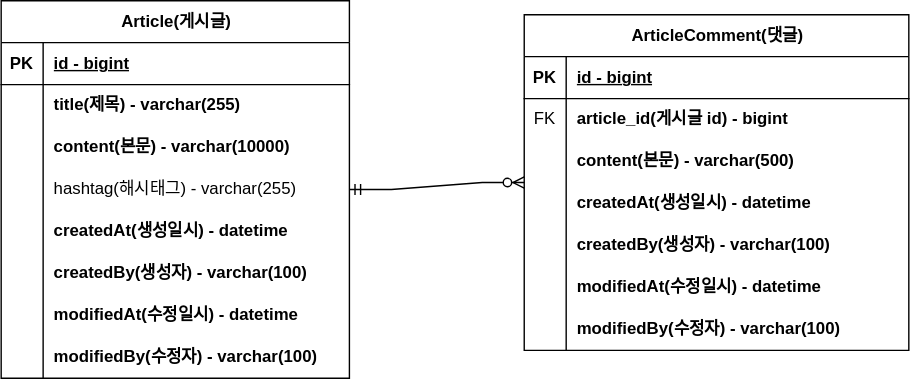
Inderby/board-service keeps this draw.io diagram as document/project-board-erd.svg. Above is the earlier version. Source tidied: cells renumbered, new cells last; positions are measured from the earlier drawing's top-left corner, leaving out a move shared by most shapes.
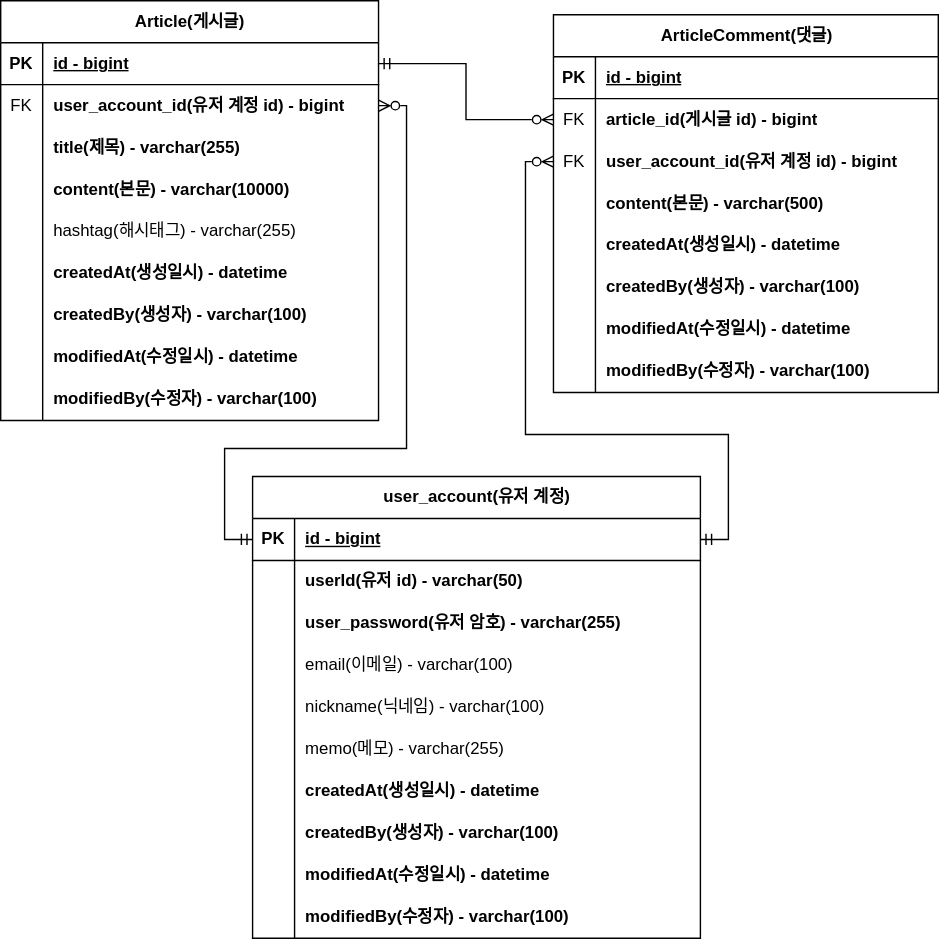
After the change.

Commit message:
#18 - ERD-diagram 업데이트

Diff of the diagram source:
```diff
@@ -5,6 +5,6 @@
     <mxCell id="2" value="Article(게시글)" style="shape=table;startSize=30;rowLines=0;fontStyle=1;align=center;html=1;" parent="1" vertex="1">
-      <mxGeometry width="249" height="270" as="geometry" />
+      <mxGeometry x="-21" width="270" height="300" as="geometry" />
     </mxCell>
     <mxCell id="3" style="shape=tableRow;horizontal=0;startSize=0;swimlaneHead=0;swimlaneBody=0;fillColor=none;points=[[0,0.5],[1,0.5]];portConstraint=eastwest;top=0;left=0;right=0;bottom=1;" parent="2" vertex="1">
-      <mxGeometry y="30" width="249" height="30" as="geometry" />
+      <mxGeometry y="30" width="270" height="30" as="geometry" />
     </mxCell>
@@ -14,6 +14,15 @@
     <mxCell id="5" value="id - bigint" style="shape=partialRectangle;fillColor=none;top=0;left=0;bottom=0;right=0;align=left;spacingLeft=6;fontStyle=5;overflow=hidden;whiteSpace=wrap;html=1;" parent="3" vertex="1">
-      <mxGeometry x="30" width="219" height="30" as="geometry" />
+      <mxGeometry x="30" width="240" height="30" as="geometry" />
     </mxCell>
+    <mxCell id="50" style="shape=tableRow;horizontal=0;startSize=0;swimlaneHead=0;swimlaneBody=0;fillColor=none;points=[[0,0.5],[1,0.5]];portConstraint=eastwest;top=0;left=0;right=0;bottom=0;" parent="2" vertex="1">
+      <mxGeometry y="60" width="270" height="30" as="geometry" />
+    </mxCell>
+    <mxCell id="51" value="FK" style="shape=partialRectangle;fillColor=none;top=0;left=0;bottom=0;right=0;overflow=hidden;whiteSpace=wrap;html=1;" parent="50" vertex="1">
+      <mxGeometry width="30" height="30" as="geometry" />
+    </mxCell>
+    <mxCell id="52" value="user_account_id(유저 계정 id) - bigint" style="shape=partialRectangle;fillColor=none;top=0;left=0;bottom=0;right=0;align=left;spacingLeft=6;overflow=hidden;whiteSpace=wrap;html=1;fontStyle=1;" parent="50" vertex="1">
+      <mxGeometry x="30" width="240" height="30" as="geometry" />
+    </mxCell>
     <mxCell id="6" style="shape=tableRow;horizontal=0;startSize=0;swimlaneHead=0;swimlaneBody=0;fillColor=none;top=0;left=0;right=0;bottom=0;" parent="2" vertex="1">
-      <mxGeometry y="60" width="249" height="30" as="geometry" />
+      <mxGeometry y="90" width="270" height="30" as="geometry" />
     </mxCell>
@@ -23,6 +32,6 @@
     <mxCell id="8" value="title(제목) - varchar(255)" style="shape=partialRectangle;fillColor=none;top=0;left=0;bottom=0;right=0;align=left;spacingLeft=6;overflow=hidden;whiteSpace=wrap;html=1;fontStyle=1;" parent="6" vertex="1">
-      <mxGeometry x="30" width="219" height="30" as="geometry" />
+      <mxGeometry x="30" width="240" height="30" as="geometry" />
     </mxCell>
     <mxCell id="9" style="shape=tableRow;horizontal=0;startSize=0;swimlaneHead=0;swimlaneBody=0;fillColor=none;top=0;left=0;right=0;bottom=0;" parent="2" vertex="1">
-      <mxGeometry y="90" width="249" height="30" as="geometry" />
+      <mxGeometry y="120" width="270" height="30" as="geometry" />
     </mxCell>
@@ -32,6 +41,6 @@
     <mxCell id="11" value="content(본문) - varchar(10000)" style="shape=partialRectangle;fillColor=none;top=0;left=0;bottom=0;right=0;align=left;spacingLeft=6;overflow=hidden;whiteSpace=wrap;html=1;fontStyle=1;" parent="9" vertex="1">
-      <mxGeometry x="30" width="219" height="30" as="geometry" />
+      <mxGeometry x="30" width="240" height="30" as="geometry" />
     </mxCell>
     <mxCell id="12" style="shape=tableRow;horizontal=0;startSize=0;swimlaneHead=0;swimlaneBody=0;fillColor=none;top=0;left=0;right=0;bottom=0;" parent="2" vertex="1">
-      <mxGeometry y="120" width="249" height="30" as="geometry" />
+      <mxGeometry y="150" width="270" height="30" as="geometry" />
     </mxCell>
@@ -41,6 +50,6 @@
     <mxCell id="14" value="hashtag(해시태그) - varchar(255)" style="shape=partialRectangle;fillColor=none;top=0;left=0;bottom=0;right=0;align=left;spacingLeft=6;overflow=hidden;whiteSpace=wrap;html=1;" parent="12" vertex="1">
-      <mxGeometry x="30" width="219" height="30" as="geometry" />
+      <mxGeometry x="30" width="240" height="30" as="geometry" />
     </mxCell>
     <mxCell id="15" style="shape=tableRow;horizontal=0;startSize=0;swimlaneHead=0;swimlaneBody=0;fillColor=none;top=0;left=0;right=0;bottom=0;" parent="2" vertex="1">
-      <mxGeometry y="150" width="249" height="30" as="geometry" />
+      <mxGeometry y="180" width="270" height="30" as="geometry" />
     </mxCell>
@@ -50,6 +59,6 @@
     <mxCell id="17" value="createdAt(생성일시) - datetime" style="shape=partialRectangle;fillColor=none;top=0;left=0;bottom=0;right=0;align=left;spacingLeft=6;overflow=hidden;whiteSpace=wrap;html=1;fontStyle=1;" parent="15" vertex="1">
-      <mxGeometry x="30" width="219" height="30" as="geometry" />
+      <mxGeometry x="30" width="240" height="30" as="geometry" />
     </mxCell>
     <mxCell id="18" style="shape=tableRow;horizontal=0;startSize=0;swimlaneHead=0;swimlaneBody=0;fillColor=none;top=0;left=0;right=0;bottom=0;" parent="2" vertex="1">
-      <mxGeometry y="180" width="249" height="30" as="geometry" />
+      <mxGeometry y="210" width="270" height="30" as="geometry" />
     </mxCell>
@@ -59,6 +68,6 @@
     <mxCell id="20" value="createdBy(생성자) - varchar(100)" style="shape=partialRectangle;fillColor=none;top=0;left=0;bottom=0;right=0;align=left;spacingLeft=6;overflow=hidden;whiteSpace=wrap;html=1;fontStyle=1;" parent="18" vertex="1">
-      <mxGeometry x="30" width="219" height="30" as="geometry" />
+      <mxGeometry x="30" width="240" height="30" as="geometry" />
     </mxCell>
     <mxCell id="21" style="shape=tableRow;horizontal=0;startSize=0;swimlaneHead=0;swimlaneBody=0;fillColor=none;top=0;left=0;right=0;bottom=0;" parent="2" vertex="1">
-      <mxGeometry y="210" width="249" height="30" as="geometry" />
+      <mxGeometry y="240" width="270" height="30" as="geometry" />
     </mxCell>
@@ -68,6 +77,6 @@
     <mxCell id="23" value="modifiedAt(수정일시) - datetime" style="shape=partialRectangle;fillColor=none;top=0;left=0;bottom=0;right=0;align=left;spacingLeft=6;overflow=hidden;whiteSpace=wrap;html=1;fontStyle=1;" parent="21" vertex="1">
-      <mxGeometry x="30" width="219" height="30" as="geometry" />
+      <mxGeometry x="30" width="240" height="30" as="geometry" />
     </mxCell>
     <mxCell id="24" style="shape=tableRow;horizontal=0;startSize=0;swimlaneHead=0;swimlaneBody=0;fillColor=none;top=0;left=0;right=0;bottom=0;" parent="2" vertex="1">
-      <mxGeometry y="240" width="249" height="30" as="geometry" />
+      <mxGeometry y="270" width="270" height="30" as="geometry" />
     </mxCell>
@@ -77,6 +86,6 @@
     <mxCell id="26" value="modifiedBy(수정자) - varchar(100)" style="shape=partialRectangle;fillColor=none;top=0;left=0;bottom=0;right=0;align=left;spacingLeft=6;overflow=hidden;whiteSpace=wrap;html=1;fontStyle=1;" parent="24" vertex="1">
-      <mxGeometry x="30" width="219" height="30" as="geometry" />
+      <mxGeometry x="30" width="240" height="30" as="geometry" />
     </mxCell>
     <mxCell id="27" value="ArticleComment(댓글)" style="shape=table;startSize=30;rowLines=0;fontStyle=1;align=center;html=1;" parent="1" vertex="1">
-      <mxGeometry x="374" y="10" width="275" height="240" as="geometry" />
+      <mxGeometry x="374" y="10" width="275" height="270" as="geometry" />
     </mxCell>
@@ -100,4 +109,13 @@
     </mxCell>
+    <mxCell id="53" style="shape=tableRow;horizontal=0;startSize=0;swimlaneHead=0;swimlaneBody=0;fillColor=none;points=[[0,0.5],[1,0.5]];portConstraint=eastwest;top=0;left=0;right=0;bottom=0;" parent="27" vertex="1">
+      <mxGeometry y="90" width="275" height="30" as="geometry" />
+    </mxCell>
+    <mxCell id="54" value="FK" style="shape=partialRectangle;fillColor=none;top=0;left=0;bottom=0;right=0;overflow=hidden;whiteSpace=wrap;html=1;" parent="53" vertex="1">
+      <mxGeometry width="30" height="30" as="geometry" />
+    </mxCell>
+    <mxCell id="55" value="user_account_id(유저 계정 id) - bigint" style="shape=partialRectangle;fillColor=none;top=0;left=0;bottom=0;right=0;align=left;spacingLeft=6;overflow=hidden;whiteSpace=wrap;html=1;fontStyle=1;" parent="53" vertex="1">
+      <mxGeometry x="30" width="245" height="30" as="geometry" />
+    </mxCell>
     <mxCell id="34" style="shape=tableRow;horizontal=0;startSize=0;swimlaneHead=0;swimlaneBody=0;fillColor=none;top=0;left=0;right=0;bottom=0;" parent="27" vertex="1">
-      <mxGeometry y="90" width="275" height="30" as="geometry" />
+      <mxGeometry y="120" width="275" height="30" as="geometry" />
     </mxCell>
@@ -110,3 +128,3 @@
     <mxCell id="37" style="shape=tableRow;horizontal=0;startSize=0;swimlaneHead=0;swimlaneBody=0;fillColor=none;top=0;left=0;right=0;bottom=0;" parent="27" vertex="1">
-      <mxGeometry y="120" width="275" height="30" as="geometry" />
+      <mxGeometry y="150" width="275" height="30" as="geometry" />
     </mxCell>
@@ -119,3 +137,3 @@
     <mxCell id="40" style="shape=tableRow;horizontal=0;startSize=0;swimlaneHead=0;swimlaneBody=0;fillColor=none;top=0;left=0;right=0;bottom=0;" parent="27" vertex="1">
-      <mxGeometry y="150" width="275" height="30" as="geometry" />
+      <mxGeometry y="180" width="275" height="30" as="geometry" />
     </mxCell>
@@ -128,3 +146,3 @@
     <mxCell id="43" style="shape=tableRow;horizontal=0;startSize=0;swimlaneHead=0;swimlaneBody=0;fillColor=none;top=0;left=0;right=0;bottom=0;" parent="27" vertex="1">
-      <mxGeometry y="180" width="275" height="30" as="geometry" />
+      <mxGeometry y="210" width="275" height="30" as="geometry" />
     </mxCell>
@@ -137,3 +155,3 @@
     <mxCell id="46" style="shape=tableRow;horizontal=0;startSize=0;swimlaneHead=0;swimlaneBody=0;fillColor=none;top=0;left=0;right=0;bottom=0;" parent="27" vertex="1">
-      <mxGeometry y="210" width="275" height="30" as="geometry" />
+      <mxGeometry y="240" width="275" height="30" as="geometry" />
     </mxCell>
@@ -145,5 +163,118 @@
     </mxCell>
-    <mxCell id="49" style="edgeStyle=entityRelationEdgeStyle;fontSize=12;html=1;endArrow=ERzeroToMany;startArrow=ERmandOne;rounded=0;" parent="1" edge="1" source="2" target="27">
-      <mxGeometry relative="1" as="geometry" />
-    </mxCell>
+    <mxCell id="56" value="user_account(유저 계정)" style="shape=table;startSize=30;rowLines=0;fontStyle=1;align=center;html=1;" parent="1" vertex="1">
+      <mxGeometry x="159" y="340" width="320" height="330" as="geometry" />
+    </mxCell>
+    <mxCell id="57" style="shape=tableRow;horizontal=0;startSize=0;swimlaneHead=0;swimlaneBody=0;fillColor=none;points=[[0,0.5],[1,0.5]];portConstraint=eastwest;top=0;left=0;right=0;bottom=1;" parent="56" vertex="1">
+      <mxGeometry y="30" width="320" height="30" as="geometry" />
+    </mxCell>
+    <mxCell id="58" value="PK" style="shape=partialRectangle;fillColor=none;top=0;left=0;bottom=0;right=0;fontStyle=1;overflow=hidden;whiteSpace=wrap;html=1;" parent="57" vertex="1">
+      <mxGeometry width="30" height="30" as="geometry" />
+    </mxCell>
+    <mxCell id="59" value="id - bigint" style="shape=partialRectangle;fillColor=none;top=0;left=0;bottom=0;right=0;align=left;spacingLeft=6;fontStyle=5;overflow=hidden;whiteSpace=wrap;html=1;" parent="57" vertex="1">
+      <mxGeometry x="30" width="290" height="30" as="geometry" />
+    </mxCell>
+    <mxCell id="60" style="shape=tableRow;horizontal=0;startSize=0;swimlaneHead=0;swimlaneBody=0;fillColor=none;top=0;left=0;right=0;bottom=0;" parent="56" vertex="1">
+      <mxGeometry y="60" width="320" height="30" as="geometry" />
+    </mxCell>
+    <mxCell id="61" style="shape=partialRectangle;fillColor=none;top=0;left=0;bottom=0;right=0;overflow=hidden;whiteSpace=wrap;html=1;" parent="60" vertex="1">
+      <mxGeometry width="30" height="30" as="geometry" />
+    </mxCell>
+    <mxCell id="62" value="userId(유저 id) - varchar(50)" style="shape=partialRectangle;fillColor=none;top=0;left=0;bottom=0;right=0;align=left;spacingLeft=6;overflow=hidden;whiteSpace=wrap;html=1;fontStyle=1;" parent="60" vertex="1">
+      <mxGeometry x="30" width="290" height="30" as="geometry" />
+    </mxCell>
+    <mxCell id="63" style="shape=tableRow;horizontal=0;startSize=0;swimlaneHead=0;swimlaneBody=0;fillColor=none;top=0;left=0;right=0;bottom=0;" parent="56" vertex="1">
+      <mxGeometry y="90" width="320" height="30" as="geometry" />
+    </mxCell>
+    <mxCell id="64" style="shape=partialRectangle;fillColor=none;top=0;left=0;bottom=0;right=0;overflow=hidden;whiteSpace=wrap;html=1;" parent="63" vertex="1">
+      <mxGeometry width="30" height="30" as="geometry" />
+    </mxCell>
+    <mxCell id="65" value="user_password(유저 암호) - varchar(255)" style="shape=partialRectangle;fillColor=none;top=0;left=0;bottom=0;right=0;align=left;spacingLeft=6;overflow=hidden;whiteSpace=wrap;html=1;fontStyle=1;" parent="63" vertex="1">
+      <mxGeometry x="30" width="290" height="30" as="geometry" />
+    </mxCell>
+    <mxCell id="66" style="shape=tableRow;horizontal=0;startSize=0;swimlaneHead=0;swimlaneBody=0;fillColor=none;top=0;left=0;right=0;bottom=0;" parent="56" vertex="1">
+      <mxGeometry y="120" width="320" height="30" as="geometry" />
+    </mxCell>
+    <mxCell id="67" style="shape=partialRectangle;fillColor=none;top=0;left=0;bottom=0;right=0;overflow=hidden;whiteSpace=wrap;html=1;" parent="66" vertex="1">
+      <mxGeometry width="30" height="30" as="geometry" />
+    </mxCell>
+    <mxCell id="68" value="email(이메일) - varchar(100)" style="shape=partialRectangle;fillColor=none;top=0;left=0;bottom=0;right=0;align=left;spacingLeft=6;overflow=hidden;whiteSpace=wrap;html=1;" parent="66" vertex="1">
+      <mxGeometry x="30" width="290" height="30" as="geometry" />
+    </mxCell>
+    <mxCell id="69" style="shape=tableRow;horizontal=0;startSize=0;swimlaneHead=0;swimlaneBody=0;fillColor=none;top=0;left=0;right=0;bottom=0;" parent="56" vertex="1">
+      <mxGeometry y="150" width="320" height="30" as="geometry" />
+    </mxCell>
+    <mxCell id="70" style="shape=partialRectangle;fillColor=none;top=0;left=0;bottom=0;right=0;overflow=hidden;whiteSpace=wrap;html=1;" parent="69" vertex="1">
+      <mxGeometry width="30" height="30" as="geometry" />
+    </mxCell>
+    <mxCell id="71" value="nickname(닉네임) - varchar(100)" style="shape=partialRectangle;fillColor=none;top=0;left=0;bottom=0;right=0;align=left;spacingLeft=6;overflow=hidden;whiteSpace=wrap;html=1;" parent="69" vertex="1">
+      <mxGeometry x="30" width="290" height="30" as="geometry" />
+    </mxCell>
+    <mxCell id="72" style="shape=tableRow;horizontal=0;startSize=0;swimlaneHead=0;swimlaneBody=0;fillColor=none;top=0;left=0;right=0;bottom=0;" parent="56" vertex="1">
+      <mxGeometry y="180" width="320" height="30" as="geometry" />
+    </mxCell>
+    <mxCell id="73" style="shape=partialRectangle;fillColor=none;top=0;left=0;bottom=0;right=0;overflow=hidden;whiteSpace=wrap;html=1;" parent="72" vertex="1">
+      <mxGeometry width="30" height="30" as="geometry" />
+    </mxCell>
+    <mxCell id="74" value="memo(메모) - varchar(255)" style="shape=partialRectangle;fillColor=none;top=0;left=0;bottom=0;right=0;align=left;spacingLeft=6;overflow=hidden;whiteSpace=wrap;html=1;" parent="72" vertex="1">
+      <mxGeometry x="30" width="290" height="30" as="geometry" />
+    </mxCell>
+    <mxCell id="75" style="shape=tableRow;horizontal=0;startSize=0;swimlaneHead=0;swimlaneBody=0;fillColor=none;top=0;left=0;right=0;bottom=0;" parent="56" vertex="1">
+      <mxGeometry y="210" width="320" height="30" as="geometry" />
+    </mxCell>
+    <mxCell id="76" style="shape=partialRectangle;fillColor=none;top=0;left=0;bottom=0;right=0;overflow=hidden;whiteSpace=wrap;html=1;" parent="75" vertex="1">
+      <mxGeometry width="30" height="30" as="geometry" />
+    </mxCell>
+    <mxCell id="77" value="createdAt(생성일시) - datetime" style="shape=partialRectangle;fillColor=none;top=0;left=0;bottom=0;right=0;align=left;spacingLeft=6;overflow=hidden;whiteSpace=wrap;html=1;fontStyle=1;" parent="75" vertex="1">
+      <mxGeometry x="30" width="290" height="30" as="geometry" />
+    </mxCell>
+    <mxCell id="78" style="shape=tableRow;horizontal=0;startSize=0;swimlaneHead=0;swimlaneBody=0;fillColor=none;top=0;left=0;right=0;bottom=0;" parent="56" vertex="1">
+      <mxGeometry y="240" width="320" height="30" as="geometry" />
+    </mxCell>
+    <mxCell id="79" style="shape=partialRectangle;fillColor=none;top=0;left=0;bottom=0;right=0;overflow=hidden;whiteSpace=wrap;html=1;" parent="78" vertex="1">
+      <mxGeometry width="30" height="30" as="geometry" />
+    </mxCell>
+    <mxCell id="80" value="createdBy(생성자) - varchar(100)" style="shape=partialRectangle;fillColor=none;top=0;left=0;bottom=0;right=0;align=left;spacingLeft=6;overflow=hidden;whiteSpace=wrap;html=1;fontStyle=1;" parent="78" vertex="1">
+      <mxGeometry x="30" width="290" height="30" as="geometry" />
+    </mxCell>
+    <mxCell id="81" style="shape=tableRow;horizontal=0;startSize=0;swimlaneHead=0;swimlaneBody=0;fillColor=none;top=0;left=0;right=0;bottom=0;" parent="56" vertex="1">
+      <mxGeometry y="270" width="320" height="30" as="geometry" />
+    </mxCell>
+    <mxCell id="82" style="shape=partialRectangle;fillColor=none;top=0;left=0;bottom=0;right=0;overflow=hidden;whiteSpace=wrap;html=1;" parent="81" vertex="1">
+      <mxGeometry width="30" height="30" as="geometry" />
+    </mxCell>
+    <mxCell id="83" value="modifiedAt(수정일시) - datetime" style="shape=partialRectangle;fillColor=none;top=0;left=0;bottom=0;right=0;align=left;spacingLeft=6;overflow=hidden;whiteSpace=wrap;html=1;fontStyle=1;" parent="81" vertex="1">
+      <mxGeometry x="30" width="290" height="30" as="geometry" />
+    </mxCell>
+    <mxCell id="84" style="shape=tableRow;horizontal=0;startSize=0;swimlaneHead=0;swimlaneBody=0;fillColor=none;top=0;left=0;right=0;bottom=0;" parent="56" vertex="1">
+      <mxGeometry y="300" width="320" height="30" as="geometry" />
+    </mxCell>
+    <mxCell id="85" style="shape=partialRectangle;fillColor=none;top=0;left=0;bottom=0;right=0;overflow=hidden;whiteSpace=wrap;html=1;" parent="84" vertex="1">
+      <mxGeometry width="30" height="30" as="geometry" />
+    </mxCell>
+    <mxCell id="86" value="modifiedBy(수정자) - varchar(100)" style="shape=partialRectangle;fillColor=none;top=0;left=0;bottom=0;right=0;align=left;spacingLeft=6;overflow=hidden;whiteSpace=wrap;html=1;fontStyle=1;" parent="84" vertex="1">
+      <mxGeometry x="30" width="290" height="30" as="geometry" />
+    </mxCell>
+    <mxCell id="87" style="edgeStyle=orthogonalEdgeStyle;rounded=0;jettySize=auto;html=1;startArrow=ERmandOne;startFill=0;endArrow=ERzeroToMany;endFill=0;" parent="1" edge="1" source="3" target="31">
+      <mxGeometry relative="1" as="geometry" />
+    </mxCell>
+    <mxCell id="88" style="edgeStyle=orthogonalEdgeStyle;rounded=0;jettySize=auto;html=1;startArrow=ERmandOne;startFill=0;endArrow=ERzeroToMany;endFill=0;" parent="1" edge="1" source="57" target="50">
+      <mxGeometry relative="1" as="geometry">
+        <Array as="points">
+          <mxPoint x="139" y="385" />
+          <mxPoint x="139" y="320" />
+          <mxPoint x="269" y="320" />
+          <mxPoint x="269" y="75" />
+        </Array>
+      </mxGeometry>
+    </mxCell>
+    <mxCell id="89" style="edgeStyle=orthogonalEdgeStyle;rounded=0;jettySize=auto;html=1;startArrow=ERmandOne;startFill=0;endArrow=ERzeroToMany;endFill=0;" parent="1" edge="1" source="57" target="53">
+      <mxGeometry relative="1" as="geometry">
+        <Array as="points">
+          <mxPoint x="499" y="385" />
+          <mxPoint x="499" y="310" />
+          <mxPoint x="354" y="310" />
+          <mxPoint x="354" y="115" />
+        </Array>
+      </mxGeometry>
+    </mxCell>
   </root>
```
